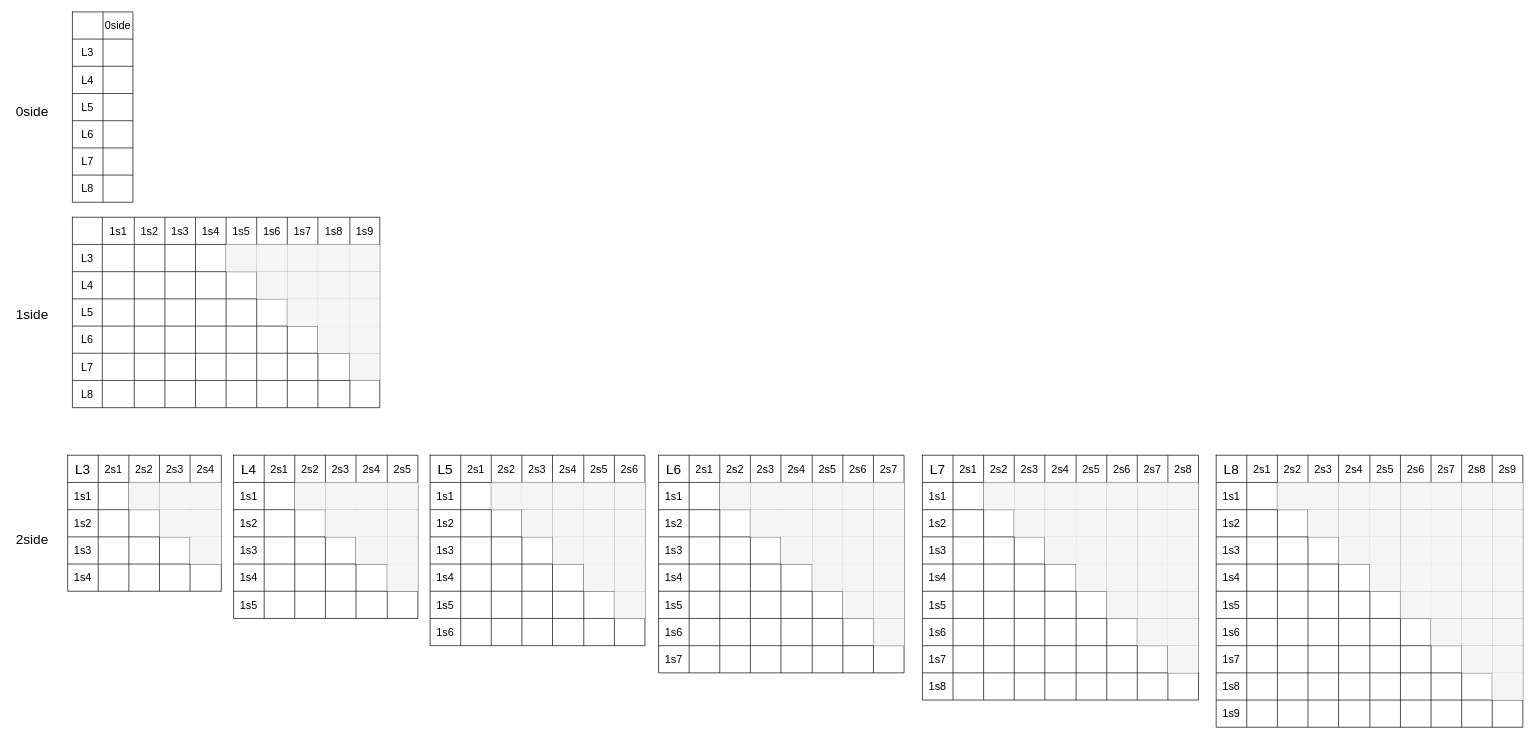
KongBOy/kong_model2 keeps this draw.io diagram as page "012side" (1 of 7) of Drawio/doc3d/觀察 I_to_M Pyr_Tcrop_size255_pad20_jit15 BCE.drawio. Above is the earlier version. Source tidied: cells renumbered, new cells numbered last; positions are measured from the earlier drawing's top-left corner, leaving out a move shared by most shapes. Both pictures are drawn from the tidied source at 68%, with x=0, y=0 at pixel (12, 12).
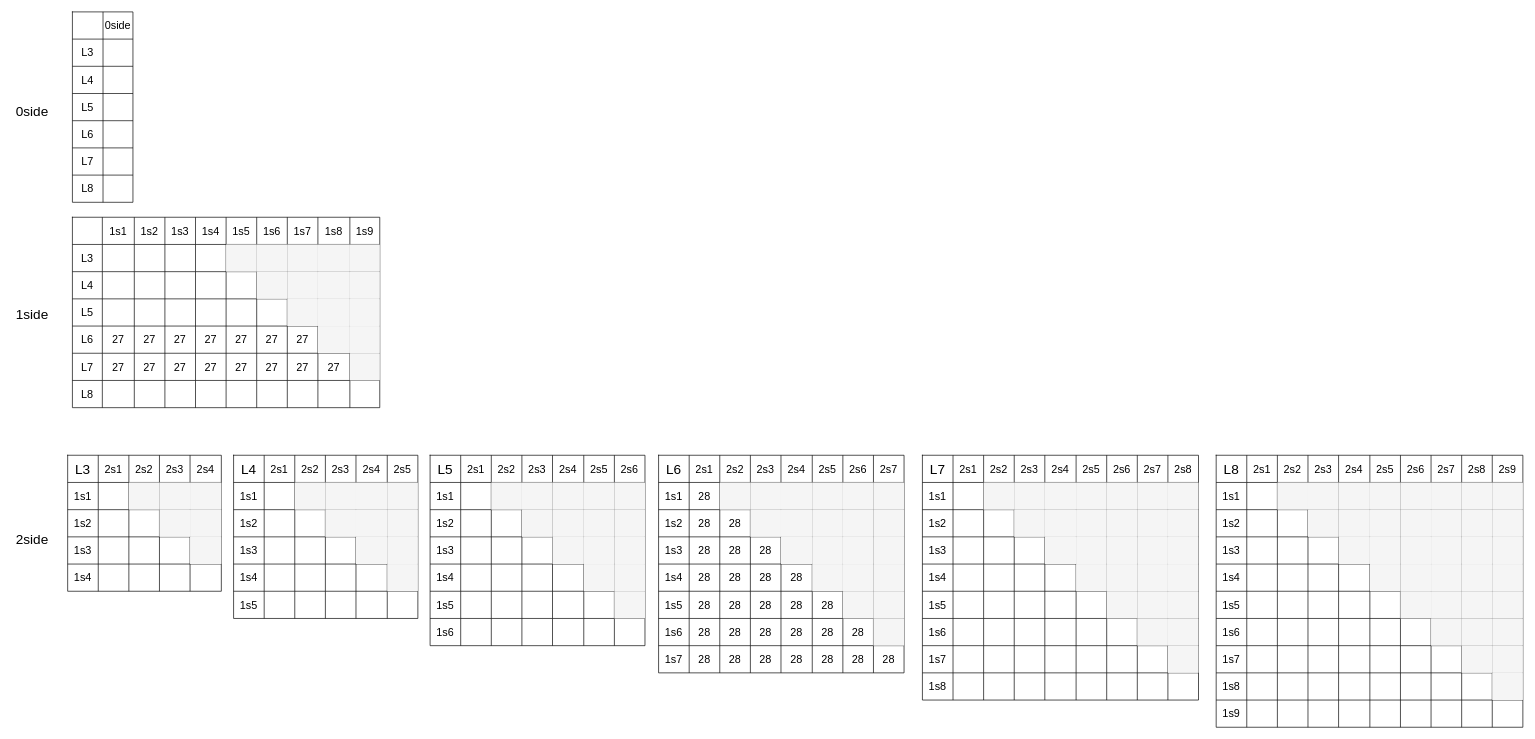
The same diagram, later.

Unchanged cells that the change refers to:
```xml
<mxCell id="69" style="shape=tableRow;horizontal=0;startSize=0;swimlaneHead=0;swimlaneBody=0;top=0;left=0;bottom=0;right=0;fillColor=none;" parent="24" vertex="1">
  <mxGeometry y="160" width="452" height="40" as="geometry" />
</mxCell>
<mxCell id="80" style="shape=tableRow;horizontal=0;startSize=0;swimlaneHead=0;swimlaneBody=0;top=0;left=0;bottom=0;right=0;fillColor=none;" parent="24" vertex="1">
  <mxGeometry y="200" width="452" height="40" as="geometry" />
</mxCell>
<mxCell id="317" style="shape=tableRow;horizontal=0;startSize=0;swimlaneHead=0;swimlaneBody=0;top=0;left=0;bottom=0;right=0;fillColor=none;" parent="307" vertex="1">
  <mxGeometry y="40" width="361" height="40" as="geometry" />
</mxCell>
<mxCell id="326" style="shape=tableRow;horizontal=0;startSize=0;swimlaneHead=0;swimlaneBody=0;top=0;left=0;bottom=0;right=0;fillColor=none;" parent="307" vertex="1">
  <mxGeometry y="80" width="361" height="40" as="geometry" />
</mxCell>
<mxCell id="335" style="shape=tableRow;horizontal=0;startSize=0;swimlaneHead=0;swimlaneBody=0;top=0;left=0;bottom=0;right=0;fillColor=none;" parent="307" vertex="1">
  <mxGeometry y="120" width="361" height="40" as="geometry" />
</mxCell>
<mxCell id="344" style="shape=tableRow;horizontal=0;startSize=0;swimlaneHead=0;swimlaneBody=0;top=0;left=0;bottom=0;right=0;fillColor=none;" parent="307" vertex="1">
  <mxGeometry y="160" width="361" height="40" as="geometry" />
</mxCell>
<mxCell id="353" style="shape=tableRow;horizontal=0;startSize=0;swimlaneHead=0;swimlaneBody=0;top=0;left=0;bottom=0;right=0;fillColor=none;" parent="307" vertex="1">
  <mxGeometry y="200" width="361" height="40" as="geometry" />
</mxCell>
<mxCell id="362" style="shape=tableRow;horizontal=0;startSize=0;swimlaneHead=0;swimlaneBody=0;top=0;left=0;bottom=0;right=0;fillColor=none;" parent="307" vertex="1">
  <mxGeometry y="240" width="361" height="40" as="geometry" />
</mxCell>
<mxCell id="371" style="shape=tableRow;horizontal=0;startSize=0;swimlaneHead=0;swimlaneBody=0;top=0;left=0;bottom=0;right=0;fillColor=none;" parent="307" vertex="1">
  <mxGeometry y="280" width="361" height="40" as="geometry" />
</mxCell>
```

What changed in the source:
```diff
@@
-    <mxCell id="71" style="shape=partialRectangle;html=1;whiteSpace=wrap;overflow=hidden;fillColor=none;top=0;left=0;bottom=0;right=0;fontSize=16;" parent="69" vertex="1">
+    <mxCell id="71" value="&lt;span&gt;27&lt;/span&gt;" style="shape=partialRectangle;html=1;whiteSpace=wrap;overflow=hidden;fillColor=none;top=0;left=0;bottom=0;right=0;fontSize=16;" parent="69" vertex="1">
       <mxGeometry x="44" width="47" height="40" as="geometry" />
     </mxCell>
-    <mxCell id="72" style="shape=partialRectangle;html=1;whiteSpace=wrap;overflow=hidden;fillColor=none;top=0;left=0;bottom=0;right=0;fontSize=16;" parent="69" vertex="1">
+    <mxCell id="72" value="&lt;span&gt;27&lt;/span&gt;" style="shape=partialRectangle;html=1;whiteSpace=wrap;overflow=hidden;fillColor=none;top=0;left=0;bottom=0;right=0;fontSize=16;" parent="69" vertex="1">
       <mxGeometry x="91" width="45" height="40" as="geometry" />
     </mxCell>
-    <mxCell id="73" style="shape=partialRectangle;html=1;whiteSpace=wrap;overflow=hidden;fillColor=none;top=0;left=0;bottom=0;right=0;fontSize=16;" parent="69" vertex="1">
+    <mxCell id="73" value="&lt;span&gt;27&lt;/span&gt;" style="shape=partialRectangle;html=1;whiteSpace=wrap;overflow=hidden;fillColor=none;top=0;left=0;bottom=0;right=0;fontSize=16;" parent="69" vertex="1">
       <mxGeometry x="136" width="45" height="40" as="geometry" />
     </mxCell>
-    <mxCell id="74" style="shape=partialRectangle;html=1;whiteSpace=wrap;overflow=hidden;fillColor=none;top=0;left=0;bottom=0;right=0;fontSize=16;" parent="69" vertex="1">
+    <mxCell id="74" value="&lt;span&gt;27&lt;/span&gt;" style="shape=partialRectangle;html=1;whiteSpace=wrap;overflow=hidden;fillColor=none;top=0;left=0;bottom=0;right=0;fontSize=16;" parent="69" vertex="1">
       <mxGeometry x="181" width="45" height="40" as="geometry" />
     </mxCell>
-    <mxCell id="75" style="shape=partialRectangle;html=1;whiteSpace=wrap;overflow=hidden;fillColor=none;top=0;left=0;bottom=0;right=0;fontSize=16;" parent="69" vertex="1">
+    <mxCell id="75" value="27" style="shape=partialRectangle;html=1;whiteSpace=wrap;overflow=hidden;fillColor=none;top=0;left=0;bottom=0;right=0;fontSize=16;" parent="69" vertex="1">
       <mxGeometry x="226" width="45" height="40" as="geometry" />
     </mxCell>
-    <mxCell id="76" style="shape=partialRectangle;html=1;whiteSpace=wrap;overflow=hidden;fillColor=none;top=0;left=0;bottom=0;right=0;fontSize=16;" parent="69" vertex="1">
+    <mxCell id="76" value="&lt;span&gt;27&lt;/span&gt;" style="shape=partialRectangle;html=1;whiteSpace=wrap;overflow=hidden;fillColor=none;top=0;left=0;bottom=0;right=0;fontSize=16;" parent="69" vertex="1">
       <mxGeometry x="271" width="45" height="40" as="geometry" />
     </mxCell>
-    <mxCell id="77" style="shape=partialRectangle;html=1;whiteSpace=wrap;overflow=hidden;fillColor=none;top=0;left=0;bottom=0;right=0;fontSize=16;" parent="69" vertex="1">
+    <mxCell id="77" value="&lt;span&gt;27&lt;/span&gt;" style="shape=partialRectangle;html=1;whiteSpace=wrap;overflow=hidden;fillColor=none;top=0;left=0;bottom=0;right=0;fontSize=16;" parent="69" vertex="1">
       <mxGeometry x="316" width="45" height="40" as="geometry" />
     </mxCell>
@@
-    <mxCell id="82" style="shape=partialRectangle;html=1;whiteSpace=wrap;overflow=hidden;fillColor=none;top=0;left=0;bottom=0;right=0;fontSize=16;" parent="80" vertex="1">
+    <mxCell id="82" value="&lt;span&gt;27&lt;/span&gt;" style="shape=partialRectangle;html=1;whiteSpace=wrap;overflow=hidden;fillColor=none;top=0;left=0;bottom=0;right=0;fontSize=16;" parent="80" vertex="1">
       <mxGeometry x="44" width="47" height="40" as="geometry" />
     </mxCell>
-    <mxCell id="83" style="shape=partialRectangle;html=1;whiteSpace=wrap;overflow=hidden;fillColor=none;top=0;left=0;bottom=0;right=0;fontSize=16;" parent="80" vertex="1">
+    <mxCell id="83" value="&lt;span&gt;27&lt;/span&gt;" style="shape=partialRectangle;html=1;whiteSpace=wrap;overflow=hidden;fillColor=none;top=0;left=0;bottom=0;right=0;fontSize=16;" parent="80" vertex="1">
       <mxGeometry x="91" width="45" height="40" as="geometry" />
     </mxCell>
-    <mxCell id="84" style="shape=partialRectangle;html=1;whiteSpace=wrap;overflow=hidden;fillColor=none;top=0;left=0;bottom=0;right=0;fontSize=16;" parent="80" vertex="1">
+    <mxCell id="84" value="&lt;span&gt;27&lt;/span&gt;" style="shape=partialRectangle;html=1;whiteSpace=wrap;overflow=hidden;fillColor=none;top=0;left=0;bottom=0;right=0;fontSize=16;" parent="80" vertex="1">
       <mxGeometry x="136" width="45" height="40" as="geometry" />
     </mxCell>
-    <mxCell id="85" style="shape=partialRectangle;html=1;whiteSpace=wrap;overflow=hidden;fillColor=none;top=0;left=0;bottom=0;right=0;fontSize=16;" parent="80" vertex="1">
+    <mxCell id="85" value="&lt;span&gt;27&lt;/span&gt;" style="shape=partialRectangle;html=1;whiteSpace=wrap;overflow=hidden;fillColor=none;top=0;left=0;bottom=0;right=0;fontSize=16;" parent="80" vertex="1">
       <mxGeometry x="181" width="45" height="40" as="geometry" />
     </mxCell>
-    <mxCell id="86" style="shape=partialRectangle;html=1;whiteSpace=wrap;overflow=hidden;fillColor=none;top=0;left=0;bottom=0;right=0;fontSize=16;" parent="80" vertex="1">
+    <mxCell id="86" value="27" style="shape=partialRectangle;html=1;whiteSpace=wrap;overflow=hidden;fillColor=none;top=0;left=0;bottom=0;right=0;fontSize=16;" parent="80" vertex="1">
       <mxGeometry x="226" width="45" height="40" as="geometry" />
     </mxCell>
-    <mxCell id="87" style="shape=partialRectangle;html=1;whiteSpace=wrap;overflow=hidden;fillColor=none;top=0;left=0;bottom=0;right=0;fontSize=16;" parent="80" vertex="1">
+    <mxCell id="87" value="&lt;span&gt;27&lt;/span&gt;" style="shape=partialRectangle;html=1;whiteSpace=wrap;overflow=hidden;fillColor=none;top=0;left=0;bottom=0;right=0;fontSize=16;" parent="80" vertex="1">
       <mxGeometry x="271" width="45" height="40" as="geometry" />
     </mxCell>
-    <mxCell id="88" style="shape=partialRectangle;html=1;whiteSpace=wrap;overflow=hidden;fillColor=none;top=0;left=0;bottom=0;right=0;fontSize=16;" parent="80" vertex="1">
+    <mxCell id="88" value="&lt;span&gt;27&lt;/span&gt;" style="shape=partialRectangle;html=1;whiteSpace=wrap;overflow=hidden;fillColor=none;top=0;left=0;bottom=0;right=0;fontSize=16;" parent="80" vertex="1">
       <mxGeometry x="316" width="45" height="40" as="geometry" />
     </mxCell>
-    <mxCell id="89" style="shape=partialRectangle;html=1;whiteSpace=wrap;overflow=hidden;fillColor=none;top=0;left=0;bottom=0;right=0;fontSize=16;" parent="80" vertex="1">
+    <mxCell id="89" value="&lt;span&gt;27&lt;/span&gt;" style="shape=partialRectangle;html=1;whiteSpace=wrap;overflow=hidden;fillColor=none;top=0;left=0;bottom=0;right=0;fontSize=16;" parent="80" vertex="1">
       <mxGeometry x="361" width="47" height="40" as="geometry" />
     </mxCell>
@@
-    <mxCell id="319" style="shape=partialRectangle;html=1;whiteSpace=wrap;overflow=hidden;fillColor=none;top=0;left=0;bottom=0;right=0;fontSize=16;" parent="317" vertex="1">
+    <mxCell id="319" value="28" style="shape=partialRectangle;html=1;whiteSpace=wrap;overflow=hidden;fillColor=none;top=0;left=0;bottom=0;right=0;fontSize=16;" parent="317" vertex="1">
       <mxGeometry x="45" width="45" height="40" as="geometry" />
     </mxCell>
@@
-    <mxCell id="328" style="shape=partialRectangle;html=1;whiteSpace=wrap;overflow=hidden;fillColor=none;top=0;left=0;bottom=0;right=0;fontSize=16;" parent="326" vertex="1">
+    <mxCell id="328" value="&lt;span&gt;28&lt;/span&gt;" style="shape=partialRectangle;html=1;whiteSpace=wrap;overflow=hidden;fillColor=none;top=0;left=0;bottom=0;right=0;fontSize=16;" parent="326" vertex="1">
       <mxGeometry x="45" width="45" height="40" as="geometry" />
     </mxCell>
-    <mxCell id="329" style="shape=partialRectangle;html=1;whiteSpace=wrap;overflow=hidden;fillColor=none;top=0;left=0;bottom=0;right=0;fontSize=16;" parent="326" vertex="1">
+    <mxCell id="329" value="&lt;span&gt;28&lt;/span&gt;" style="shape=partialRectangle;html=1;whiteSpace=wrap;overflow=hidden;fillColor=none;top=0;left=0;bottom=0;right=0;fontSize=16;" parent="326" vertex="1">
       <mxGeometry x="90" width="45" height="40" as="geometry" />
     </mxCell>
@@
-    <mxCell id="337" style="shape=partialRectangle;html=1;whiteSpace=wrap;overflow=hidden;fillColor=none;top=0;left=0;bottom=0;right=0;fontSize=16;" parent="335" vertex="1">
+    <mxCell id="337" value="&lt;span&gt;28&lt;/span&gt;" style="shape=partialRectangle;html=1;whiteSpace=wrap;overflow=hidden;fillColor=none;top=0;left=0;bottom=0;right=0;fontSize=16;" parent="335" vertex="1">
       <mxGeometry x="45" width="45" height="40" as="geometry" />
     </mxCell>
-    <mxCell id="338" style="shape=partialRectangle;html=1;whiteSpace=wrap;overflow=hidden;fillColor=none;top=0;left=0;bottom=0;right=0;fontSize=16;" parent="335" vertex="1">
+    <mxCell id="338" value="&lt;span&gt;28&lt;/span&gt;" style="shape=partialRectangle;html=1;whiteSpace=wrap;overflow=hidden;fillColor=none;top=0;left=0;bottom=0;right=0;fontSize=16;" parent="335" vertex="1">
       <mxGeometry x="90" width="45" height="40" as="geometry" />
     </mxCell>
-    <mxCell id="339" style="shape=partialRectangle;html=1;whiteSpace=wrap;overflow=hidden;fillColor=none;top=0;left=0;bottom=0;right=0;fontSize=16;" parent="335" vertex="1">
+    <mxCell id="339" value="&lt;span&gt;28&lt;/span&gt;" style="shape=partialRectangle;html=1;whiteSpace=wrap;overflow=hidden;fillColor=none;top=0;left=0;bottom=0;right=0;fontSize=16;" parent="335" vertex="1">
       <mxGeometry x="135" width="45" height="40" as="geometry" />
     </mxCell>
@@
-    <mxCell id="346" style="shape=partialRectangle;html=1;whiteSpace=wrap;overflow=hidden;fillColor=none;top=0;left=0;bottom=0;right=0;fontSize=16;" parent="344" vertex="1">
+    <mxCell id="346" value="&lt;span&gt;28&lt;/span&gt;" style="shape=partialRectangle;html=1;whiteSpace=wrap;overflow=hidden;fillColor=none;top=0;left=0;bottom=0;right=0;fontSize=16;" parent="344" vertex="1">
       <mxGeometry x="45" width="45" height="40" as="geometry" />
     </mxCell>
-    <mxCell id="347" style="shape=partialRectangle;html=1;whiteSpace=wrap;overflow=hidden;fillColor=none;top=0;left=0;bottom=0;right=0;fontSize=16;" parent="344" vertex="1">
+    <mxCell id="347" value="&lt;span&gt;28&lt;/span&gt;" style="shape=partialRectangle;html=1;whiteSpace=wrap;overflow=hidden;fillColor=none;top=0;left=0;bottom=0;right=0;fontSize=16;" parent="344" vertex="1">
       <mxGeometry x="90" width="45" height="40" as="geometry" />
     </mxCell>
-    <mxCell id="348" style="shape=partialRectangle;html=1;whiteSpace=wrap;overflow=hidden;fillColor=none;top=0;left=0;bottom=0;right=0;fontSize=16;" parent="344" vertex="1">
+    <mxCell id="348" value="&lt;span&gt;28&lt;/span&gt;" style="shape=partialRectangle;html=1;whiteSpace=wrap;overflow=hidden;fillColor=none;top=0;left=0;bottom=0;right=0;fontSize=16;" parent="344" vertex="1">
       <mxGeometry x="135" width="45" height="40" as="geometry" />
     </mxCell>
-    <mxCell id="349" style="shape=partialRectangle;html=1;whiteSpace=wrap;overflow=hidden;fillColor=none;top=0;left=0;bottom=0;right=0;fontSize=16;" parent="344" vertex="1">
+    <mxCell id="349" value="&lt;span&gt;28&lt;/span&gt;" style="shape=partialRectangle;html=1;whiteSpace=wrap;overflow=hidden;fillColor=none;top=0;left=0;bottom=0;right=0;fontSize=16;" parent="344" vertex="1">
       <mxGeometry x="180" width="46" height="40" as="geometry" />
     </mxCell>
@@
-    <mxCell id="355" style="shape=partialRectangle;html=1;whiteSpace=wrap;overflow=hidden;fillColor=none;top=0;left=0;bottom=0;right=0;fontSize=16;" parent="353" vertex="1">
+    <mxCell id="355" value="&lt;span&gt;28&lt;/span&gt;" style="shape=partialRectangle;html=1;whiteSpace=wrap;overflow=hidden;fillColor=none;top=0;left=0;bottom=0;right=0;fontSize=16;" parent="353" vertex="1">
       <mxGeometry x="45" width="45" height="40" as="geometry" />
     </mxCell>
-    <mxCell id="356" style="shape=partialRectangle;html=1;whiteSpace=wrap;overflow=hidden;fillColor=none;top=0;left=0;bottom=0;right=0;fontSize=16;" parent="353" vertex="1">
+    <mxCell id="356" value="&lt;span&gt;28&lt;/span&gt;" style="shape=partialRectangle;html=1;whiteSpace=wrap;overflow=hidden;fillColor=none;top=0;left=0;bottom=0;right=0;fontSize=16;" parent="353" vertex="1">
       <mxGeometry x="90" width="45" height="40" as="geometry" />
     </mxCell>
-    <mxCell id="357" style="shape=partialRectangle;html=1;whiteSpace=wrap;overflow=hidden;fillColor=none;top=0;left=0;bottom=0;right=0;fontSize=16;" parent="353" vertex="1">
+    <mxCell id="357" value="&lt;span&gt;28&lt;/span&gt;" style="shape=partialRectangle;html=1;whiteSpace=wrap;overflow=hidden;fillColor=none;top=0;left=0;bottom=0;right=0;fontSize=16;" parent="353" vertex="1">
       <mxGeometry x="135" width="45" height="40" as="geometry" />
     </mxCell>
-    <mxCell id="358" style="shape=partialRectangle;html=1;whiteSpace=wrap;overflow=hidden;fillColor=none;top=0;left=0;bottom=0;right=0;fontSize=16;" parent="353" vertex="1">
+    <mxCell id="358" value="&lt;span&gt;28&lt;/span&gt;" style="shape=partialRectangle;html=1;whiteSpace=wrap;overflow=hidden;fillColor=none;top=0;left=0;bottom=0;right=0;fontSize=16;" parent="353" vertex="1">
       <mxGeometry x="180" width="46" height="40" as="geometry" />
     </mxCell>
-    <mxCell id="359" style="shape=partialRectangle;html=1;whiteSpace=wrap;overflow=hidden;fillColor=none;top=0;left=0;bottom=0;right=0;fontSize=16;" parent="353" vertex="1">
+    <mxCell id="359" value="&lt;span&gt;28&lt;/span&gt;" style="shape=partialRectangle;html=1;whiteSpace=wrap;overflow=hidden;fillColor=none;top=0;left=0;bottom=0;right=0;fontSize=16;" parent="353" vertex="1">
       <mxGeometry x="226" width="45" height="40" as="geometry" />
     </mxCell>
@@
-    <mxCell id="364" style="shape=partialRectangle;html=1;whiteSpace=wrap;overflow=hidden;fillColor=none;top=0;left=0;bottom=0;right=0;fontSize=16;" parent="362" vertex="1">
+    <mxCell id="364" value="28" style="shape=partialRectangle;html=1;whiteSpace=wrap;overflow=hidden;fillColor=none;top=0;left=0;bottom=0;right=0;fontSize=16;" parent="362" vertex="1">
       <mxGeometry x="45" width="45" height="40" as="geometry" />
     </mxCell>
-    <mxCell id="365" style="shape=partialRectangle;html=1;whiteSpace=wrap;overflow=hidden;fillColor=none;top=0;left=0;bottom=0;right=0;fontSize=16;" parent="362" vertex="1">
+    <mxCell id="365" value="28" style="shape=partialRectangle;html=1;whiteSpace=wrap;overflow=hidden;fillColor=none;top=0;left=0;bottom=0;right=0;fontSize=16;" parent="362" vertex="1">
       <mxGeometry x="90" width="45" height="40" as="geometry" />
     </mxCell>
-    <mxCell id="366" style="shape=partialRectangle;html=1;whiteSpace=wrap;overflow=hidden;fillColor=none;top=0;left=0;bottom=0;right=0;fontSize=16;" parent="362" vertex="1">
+    <mxCell id="366" value="28" style="shape=partialRectangle;html=1;whiteSpace=wrap;overflow=hidden;fillColor=none;top=0;left=0;bottom=0;right=0;fontSize=16;" parent="362" vertex="1">
       <mxGeometry x="135" width="45" height="40" as="geometry" />
     </mxCell>
-    <mxCell id="367" style="shape=partialRectangle;html=1;whiteSpace=wrap;overflow=hidden;fillColor=none;top=0;left=0;bottom=0;right=0;fontSize=16;" parent="362" vertex="1">
+    <mxCell id="367" value="&lt;span&gt;28&lt;/span&gt;" style="shape=partialRectangle;html=1;whiteSpace=wrap;overflow=hidden;fillColor=none;top=0;left=0;bottom=0;right=0;fontSize=16;" parent="362" vertex="1">
       <mxGeometry x="180" width="46" height="40" as="geometry" />
     </mxCell>
-    <mxCell id="368" style="shape=partialRectangle;html=1;whiteSpace=wrap;overflow=hidden;fillColor=none;top=0;left=0;bottom=0;right=0;fontSize=16;" parent="362" vertex="1">
+    <mxCell id="368" value="&lt;span&gt;28&lt;/span&gt;" style="shape=partialRectangle;html=1;whiteSpace=wrap;overflow=hidden;fillColor=none;top=0;left=0;bottom=0;right=0;fontSize=16;" parent="362" vertex="1">
       <mxGeometry x="226" width="45" height="40" as="geometry" />
     </mxCell>
-    <mxCell id="369" style="shape=partialRectangle;html=1;whiteSpace=wrap;overflow=hidden;fillColor=none;top=0;left=0;bottom=0;right=0;fontSize=16;" parent="362" vertex="1">
+    <mxCell id="369" value="&lt;span&gt;28&lt;/span&gt;" style="shape=partialRectangle;html=1;whiteSpace=wrap;overflow=hidden;fillColor=none;top=0;left=0;bottom=0;right=0;fontSize=16;" parent="362" vertex="1">
       <mxGeometry x="271" width="45" height="40" as="geometry" />
     </mxCell>
@@
-    <mxCell id="373" style="shape=partialRectangle;html=1;whiteSpace=wrap;overflow=hidden;fillColor=none;top=0;left=0;bottom=0;right=0;fontSize=16;" parent="371" vertex="1">
+    <mxCell id="373" value="&lt;span&gt;28&lt;/span&gt;" style="shape=partialRectangle;html=1;whiteSpace=wrap;overflow=hidden;fillColor=none;top=0;left=0;bottom=0;right=0;fontSize=16;" parent="371" vertex="1">
       <mxGeometry x="45" width="45" height="40" as="geometry" />
     </mxCell>
-    <mxCell id="374" style="shape=partialRectangle;html=1;whiteSpace=wrap;overflow=hidden;fillColor=none;top=0;left=0;bottom=0;right=0;fontSize=16;" parent="371" vertex="1">
+    <mxCell id="374" value="&lt;span&gt;28&lt;/span&gt;" style="shape=partialRectangle;html=1;whiteSpace=wrap;overflow=hidden;fillColor=none;top=0;left=0;bottom=0;right=0;fontSize=16;" parent="371" vertex="1">
       <mxGeometry x="90" width="45" height="40" as="geometry" />
     </mxCell>
-    <mxCell id="375" style="shape=partialRectangle;html=1;whiteSpace=wrap;overflow=hidden;fillColor=none;top=0;left=0;bottom=0;right=0;fontSize=16;" parent="371" vertex="1">
+    <mxCell id="375" value="&lt;span&gt;28&lt;/span&gt;" style="shape=partialRectangle;html=1;whiteSpace=wrap;overflow=hidden;fillColor=none;top=0;left=0;bottom=0;right=0;fontSize=16;" parent="371" vertex="1">
       <mxGeometry x="135" width="45" height="40" as="geometry" />
     </mxCell>
-    <mxCell id="376" style="shape=partialRectangle;html=1;whiteSpace=wrap;overflow=hidden;fillColor=none;top=0;left=0;bottom=0;right=0;fontSize=16;" parent="371" vertex="1">
+    <mxCell id="376" value="&lt;span&gt;28&lt;/span&gt;" style="shape=partialRectangle;html=1;whiteSpace=wrap;overflow=hidden;fillColor=none;top=0;left=0;bottom=0;right=0;fontSize=16;" parent="371" vertex="1">
       <mxGeometry x="180" width="46" height="40" as="geometry" />
     </mxCell>
-    <mxCell id="377" style="shape=partialRectangle;html=1;whiteSpace=wrap;overflow=hidden;fillColor=none;top=0;left=0;bottom=0;right=0;fontSize=16;" parent="371" vertex="1">
+    <mxCell id="377" value="&lt;span&gt;28&lt;/span&gt;" style="shape=partialRectangle;html=1;whiteSpace=wrap;overflow=hidden;fillColor=none;top=0;left=0;bottom=0;right=0;fontSize=16;" parent="371" vertex="1">
       <mxGeometry x="226" width="45" height="40" as="geometry" />
     </mxCell>
-    <mxCell id="378" style="shape=partialRectangle;html=1;whiteSpace=wrap;overflow=hidden;fillColor=none;top=0;left=0;bottom=0;right=0;fontSize=16;" parent="371" vertex="1">
+    <mxCell id="378" value="&lt;span&gt;28&lt;/span&gt;" style="shape=partialRectangle;html=1;whiteSpace=wrap;overflow=hidden;fillColor=none;top=0;left=0;bottom=0;right=0;fontSize=16;" parent="371" vertex="1">
       <mxGeometry x="271" width="45" height="40" as="geometry" />
     </mxCell>
-    <mxCell id="379" style="shape=partialRectangle;html=1;whiteSpace=wrap;overflow=hidden;fillColor=none;top=0;left=0;bottom=0;right=0;fontSize=16;" parent="371" vertex="1">
+    <mxCell id="379" value="&lt;span&gt;28&lt;/span&gt;" style="shape=partialRectangle;html=1;whiteSpace=wrap;overflow=hidden;fillColor=none;top=0;left=0;bottom=0;right=0;fontSize=16;" parent="371" vertex="1">
       <mxGeometry x="316" width="45" height="40" as="geometry" />
     </mxCell>
```
